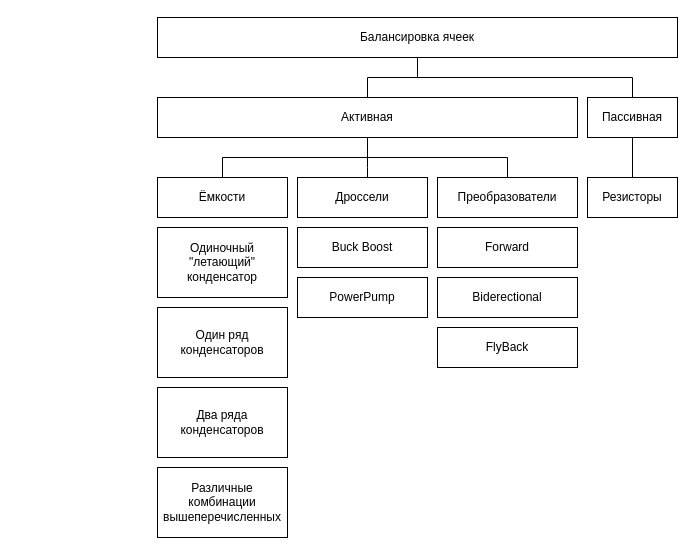
buglalis/degree keeps this draw.io diagram as img/diagrams/Classification.drawio. Above is the earlier version. Source tidied: cells renumbered, new cells numbered last; positions are measured from the earlier drawing's top-left corner, leaving out a move shared by most shapes. Both pictures are drawn from the tidied source at 100%, with x=0, y=0 at pixel (157, 17).
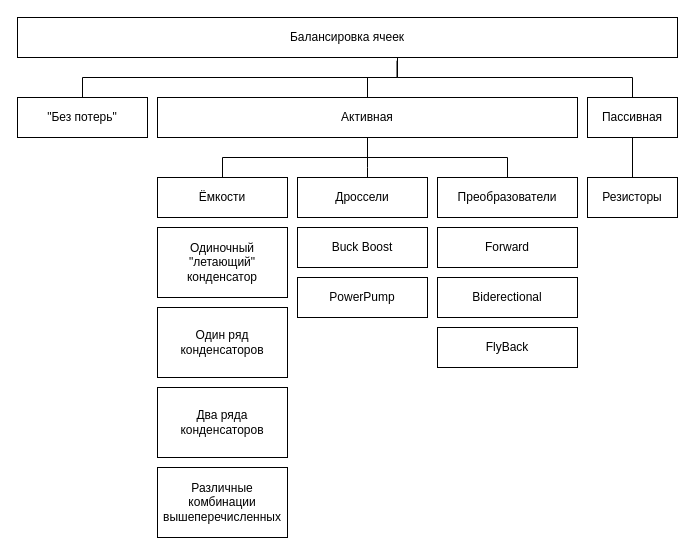
The same page after the edit.

The change refers to these unchanged cells:
```xml
<mxCell id="6" value="Пассивная" style="rounded=0;whiteSpace=wrap;html=1;" parent="1" vertex="1">
  <mxGeometry x="430" y="80" width="90" height="40" as="geometry" />
</mxCell>
<mxCell id="10" value="Активная" style="rounded=0;whiteSpace=wrap;html=1;" parent="1" vertex="1">
  <mxGeometry y="80" width="420" height="40" as="geometry" />
</mxCell>
```

Change to the diagram source:
```diff
@@
     <mxCell id="2" style="edgeStyle=orthogonalEdgeStyle;rounded=0;jettySize=auto;html=1;endArrow=none;endFill=0;" parent="1" edge="1" source="4" target="6">
-      <mxGeometry relative="1" as="geometry" />
+      <mxGeometry relative="1" as="geometry">
+        <Array as="points">
+          <mxPoint x="240" y="60" />
+          <mxPoint x="475" y="60" />
+        </Array>
+      </mxGeometry>
     </mxCell>
     <mxCell id="3" style="edgeStyle=orthogonalEdgeStyle;rounded=0;jettySize=auto;html=1;endArrow=none;endFill=0;" parent="1" edge="1" source="4" target="10">
-      <mxGeometry relative="1" as="geometry" />
+      <mxGeometry relative="1" as="geometry">
+        <Array as="points">
+          <mxPoint x="240" y="60" />
+          <mxPoint x="210" y="60" />
+        </Array>
+      </mxGeometry>
     </mxCell>
     <mxCell id="4" value="Балансировка ячеек" style="rounded=0;whiteSpace=wrap;html=1;" parent="1" vertex="1">
-      <mxGeometry width="520" height="40" as="geometry" />
+      <mxGeometry x="-140" width="660" height="40" as="geometry" />
     </mxCell>
@@
+    <mxCell id="24" style="edgeStyle=orthogonalEdgeStyle;rounded=0;jettySize=auto;html=1;endArrow=none;startFill=0;entryX=0.575;entryY=1.08;entryDx=0;entryDy=0;entryPerimeter=0;" parent="1" edge="1" source="25" target="4">
+      <mxGeometry relative="1" as="geometry" />
+    </mxCell>
+    <mxCell id="25" value="&quot;Без потерь&quot;" style="rounded=0;whiteSpace=wrap;html=1;" parent="1" vertex="1">
+      <mxGeometry x="-140" y="80" width="130" height="40" as="geometry" />
+    </mxCell>
```
